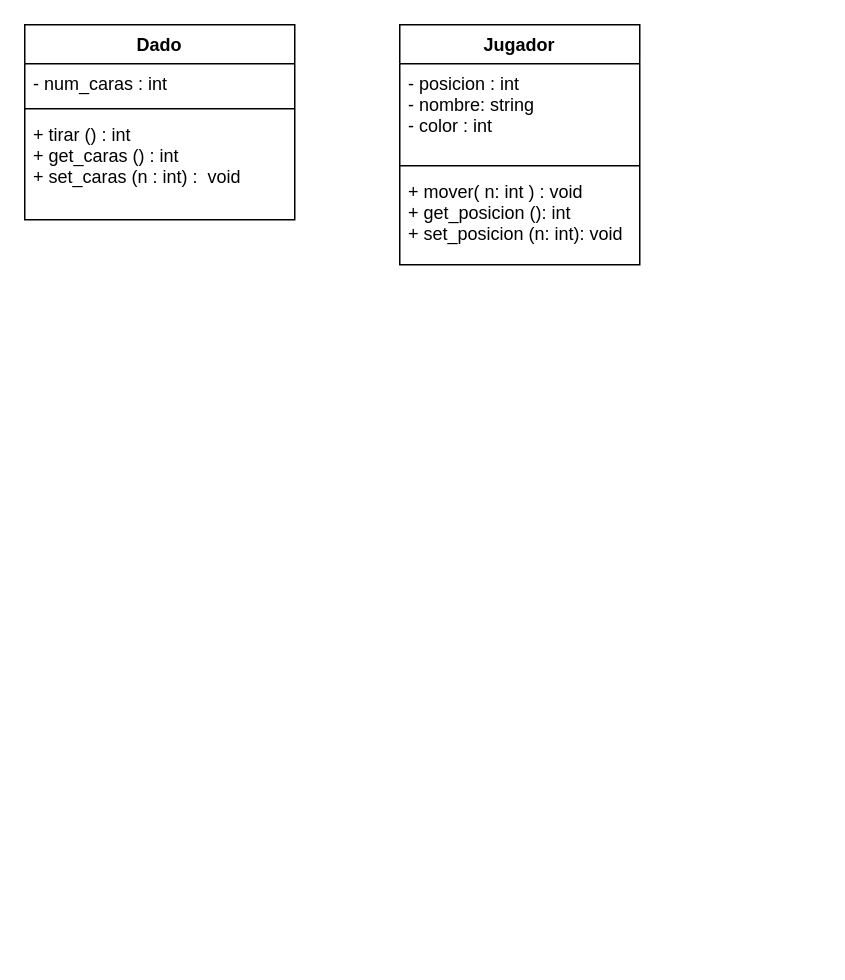
The draw.io diagram OOPC++/Diagrma.drawio in A01754399/Ad24TC1033-304, before the edit. Source tidied: cells renumbered, new cells numbered last; positions are measured from the earlier drawing's top-left corner, leaving out a move shared by most shapes. Both pictures are drawn from the tidied source at 150%, with x=0, y=0 at pixel (24, 24).
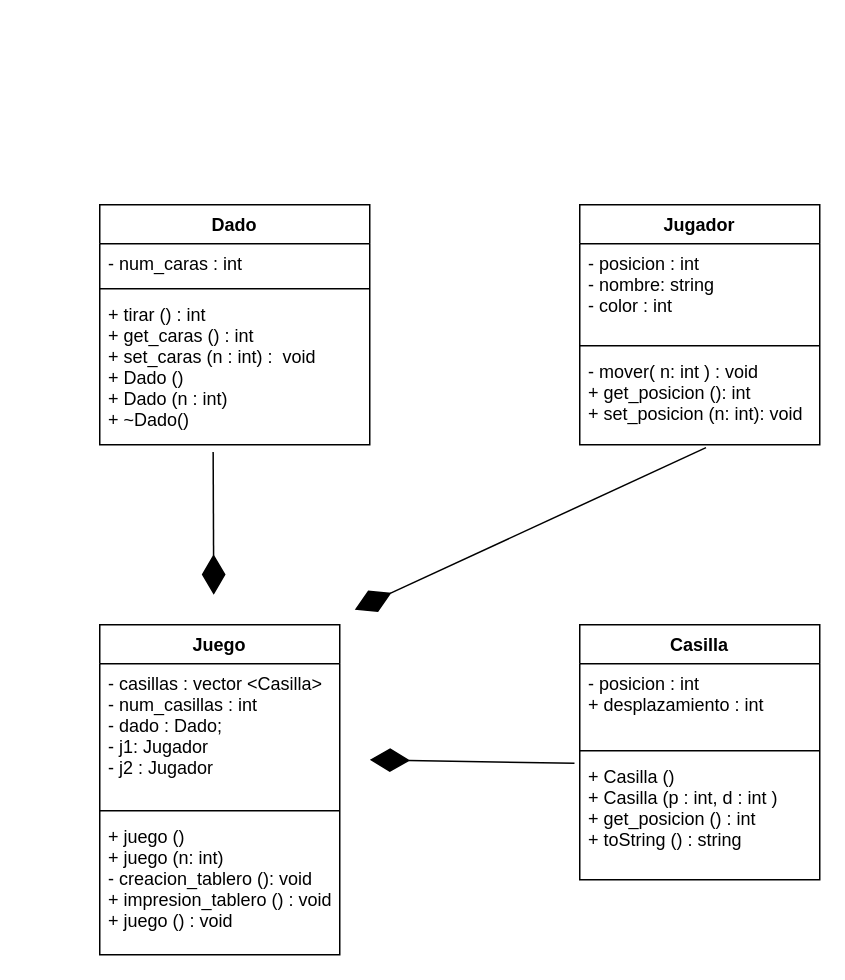
After the change.

Diff of the diagram source:
```diff
@@
     <mxCell id="2" value="Dado" style="swimlane;fontStyle=1;align=center;verticalAlign=top;horizontal=1;startSize=26;" parent="1" vertex="1">
-      <mxGeometry width="180" height="130" as="geometry" />
+      <mxGeometry x="50" y="120" width="180" height="160" as="geometry" />
     </mxCell>
@@
-    <mxCell id="5" value="+ tirar () : int&#10;+ get_caras () : int&#10;+ set_caras (n : int) :  void" style="text;strokeColor=none;fillColor=none;align=left;verticalAlign=top;spacingLeft=4;spacingRight=4;overflow=hidden;points=[[0,0.5],[1,0.5]];portConstraint=eastwest;" parent="2" vertex="1">
-      <mxGeometry y="60" width="180" height="70" as="geometry" />
+    <mxCell id="5" value="+ tirar () : int&#10;+ get_caras () : int&#10;+ set_caras (n : int) :  void&#10;+ Dado ()&#10;+ Dado (n : int)&#10;+ ~Dado()" style="text;strokeColor=none;fillColor=none;align=left;verticalAlign=top;spacingLeft=4;spacingRight=4;overflow=hidden;points=[[0,0.5],[1,0.5]];portConstraint=eastwest;" parent="2" vertex="1">
+      <mxGeometry y="60" width="180" height="100" as="geometry" />
     </mxCell>
     <mxCell id="6" value="Jugador" style="swimlane;fontStyle=1;align=center;verticalAlign=top;horizontal=1;startSize=26;" parent="1" vertex="1">
-      <mxGeometry x="250" width="160" height="160" as="geometry" />
+      <mxGeometry x="370" y="120" width="160" height="160" as="geometry" />
     </mxCell>
@@
-    <mxCell id="9" value="+ mover( n: int ) : void&#10;+ get_posicion (): int&#10;+ set_posicion (n: int): void " style="text;strokeColor=none;fillColor=none;align=left;verticalAlign=top;spacingLeft=4;spacingRight=4;overflow=hidden;points=[[0,0.5],[1,0.5]];portConstraint=eastwest;" parent="6" vertex="1">
+    <mxCell id="9" value="- mover( n: int ) : void&#10;+ get_posicion (): int&#10;+ set_posicion (n: int): void " style="text;strokeColor=none;fillColor=none;align=left;verticalAlign=top;spacingLeft=4;spacingRight=4;overflow=hidden;points=[[0,0.5],[1,0.5]];portConstraint=eastwest;" parent="6" vertex="1">
       <mxGeometry y="98" width="160" height="62" as="geometry" />
     </mxCell>
+    <mxCell id="10" value="Casilla" style="swimlane;fontStyle=1;align=center;verticalAlign=top;horizontal=1;startSize=26;" parent="1" vertex="1">
+      <mxGeometry x="370" y="400" width="160" height="170" as="geometry" />
+    </mxCell>
+    <mxCell id="11" value="- posicion : int&#10;+ desplazamiento : int" style="text;strokeColor=none;fillColor=none;align=left;verticalAlign=top;spacingLeft=4;spacingRight=4;overflow=hidden;" parent="10" vertex="1">
+      <mxGeometry y="26" width="160" height="54" as="geometry" />
+    </mxCell>
+    <mxCell id="12" style="line;strokeWidth=1;fillColor=none;align=left;verticalAlign=middle;spacingTop=-1;spacingLeft=3;spacingRight=3;labelPosition=right;strokeColor=inherit;" parent="10" vertex="1">
+      <mxGeometry y="80" width="160" height="8" as="geometry" />
+    </mxCell>
+    <mxCell id="13" value="+ Casilla ()&#10;+ Casilla (p : int, d : int )  &#10;+ get_posicion () : int&#10;+ toString () : string" style="text;strokeColor=none;fillColor=none;align=left;verticalAlign=top;spacingLeft=4;spacingRight=4;overflow=hidden;points=[[0,0.5],[1,0.5]];portConstraint=eastwest;" parent="10" vertex="1">
+      <mxGeometry y="88" width="160" height="82" as="geometry" />
+    </mxCell>
+    <mxCell id="14" value="Juego" style="swimlane;fontStyle=1;align=center;verticalAlign=top;horizontal=1;startSize=26;" parent="1" vertex="1">
+      <mxGeometry x="50" y="400" width="160" height="220" as="geometry" />
+    </mxCell>
+    <mxCell id="15" value="- casillas : vector &lt;Casilla&gt;&#10;- num_casillas : int&#10;- dado : Dado; &#10;- j1: Jugador &#10;- j2 : Jugador " style="text;strokeColor=none;fillColor=none;align=left;verticalAlign=top;spacingLeft=4;spacingRight=4;overflow=hidden;" parent="14" vertex="1">
+      <mxGeometry y="26" width="160" height="94" as="geometry" />
+    </mxCell>
+    <mxCell id="16" style="line;strokeWidth=1;fillColor=none;align=left;verticalAlign=middle;spacingTop=-1;spacingLeft=3;spacingRight=3;labelPosition=right;strokeColor=inherit;" parent="14" vertex="1">
+      <mxGeometry y="120" width="160" height="8" as="geometry" />
+    </mxCell>
+    <mxCell id="17" value="+ juego ()&#10;+ juego (n: int)&#10;- creacion_tablero (): void&#10;+ impresion_tablero () : void&#10;+ juego () : void" style="text;strokeColor=none;fillColor=none;align=left;verticalAlign=top;spacingLeft=4;spacingRight=4;overflow=hidden;" parent="14" vertex="1">
+      <mxGeometry y="128" width="160" height="92" as="geometry" />
+    </mxCell>
+    <mxCell id="18" style="endArrow=diamondThin;endFill=1;endSize=24;html=1;exitX=0.42;exitY=1.048;exitDx=0;exitDy=0;exitPerimeter=0;" parent="1" edge="1" source="5">
+      <mxGeometry relative="1" as="geometry">
+        <mxPoint x="126" y="380" as="targetPoint" />
+      </mxGeometry>
+    </mxCell>
+    <mxCell id="19" style="endArrow=diamondThin;endFill=1;endSize=24;html=1;exitX=0.526;exitY=1.031;exitDx=0;exitDy=0;exitPerimeter=0;" parent="1" edge="1" source="9">
+      <mxGeometry relative="1" as="geometry">
+        <mxPoint x="220" y="390" as="targetPoint" />
+      </mxGeometry>
+    </mxCell>
+    <mxCell id="20" style="endArrow=diamondThin;endFill=1;endSize=24;html=1;exitX=-0.022;exitY=0.053;exitDx=0;exitDy=0;exitPerimeter=0;" parent="1" edge="1" source="13">
+      <mxGeometry relative="1" as="geometry">
+        <mxPoint x="230" y="490" as="targetPoint" />
+      </mxGeometry>
+    </mxCell>
```
